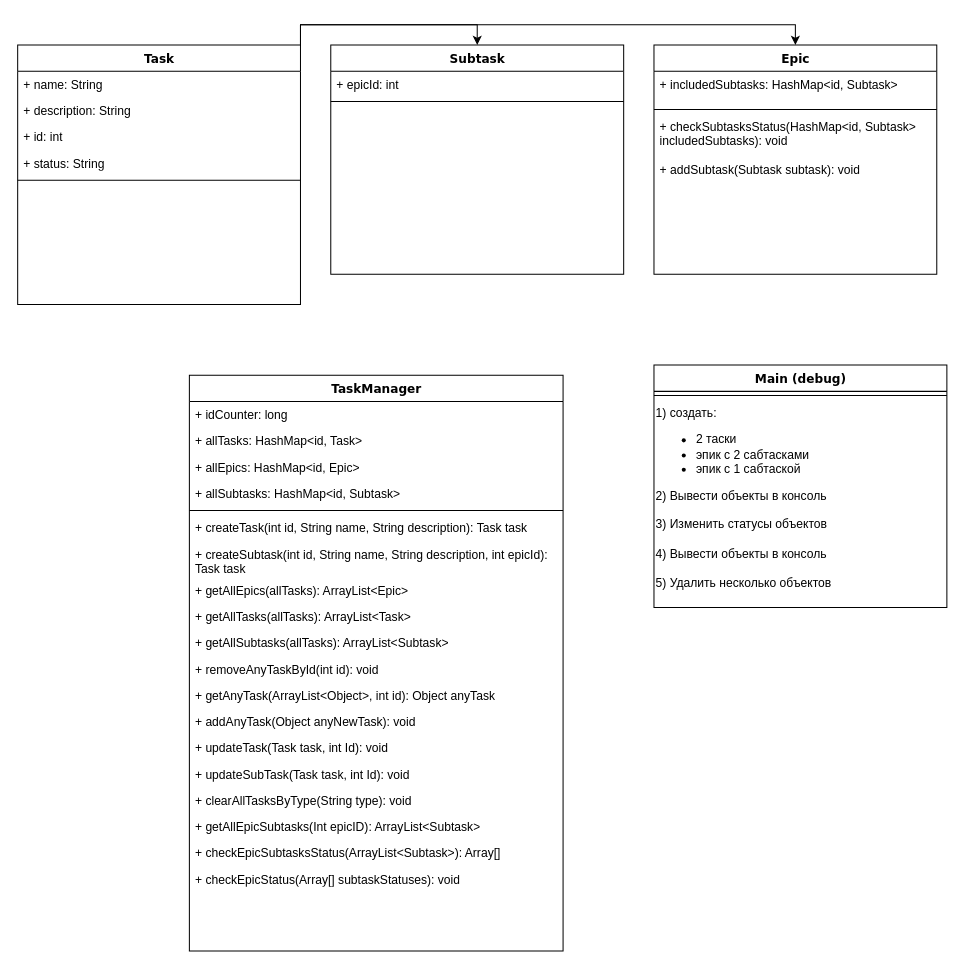
Before: Kanban_project.drawio in c0m14/java-kanban, a draw.io diagram. Source tidied: cells renumbered, new cells numbered last; positions are measured from the earlier drawing's top-left corner, leaving out a move shared by most shapes. Both pictures are drawn from the tidied source at 101%, with x=0, y=0 at pixel (17, 44).
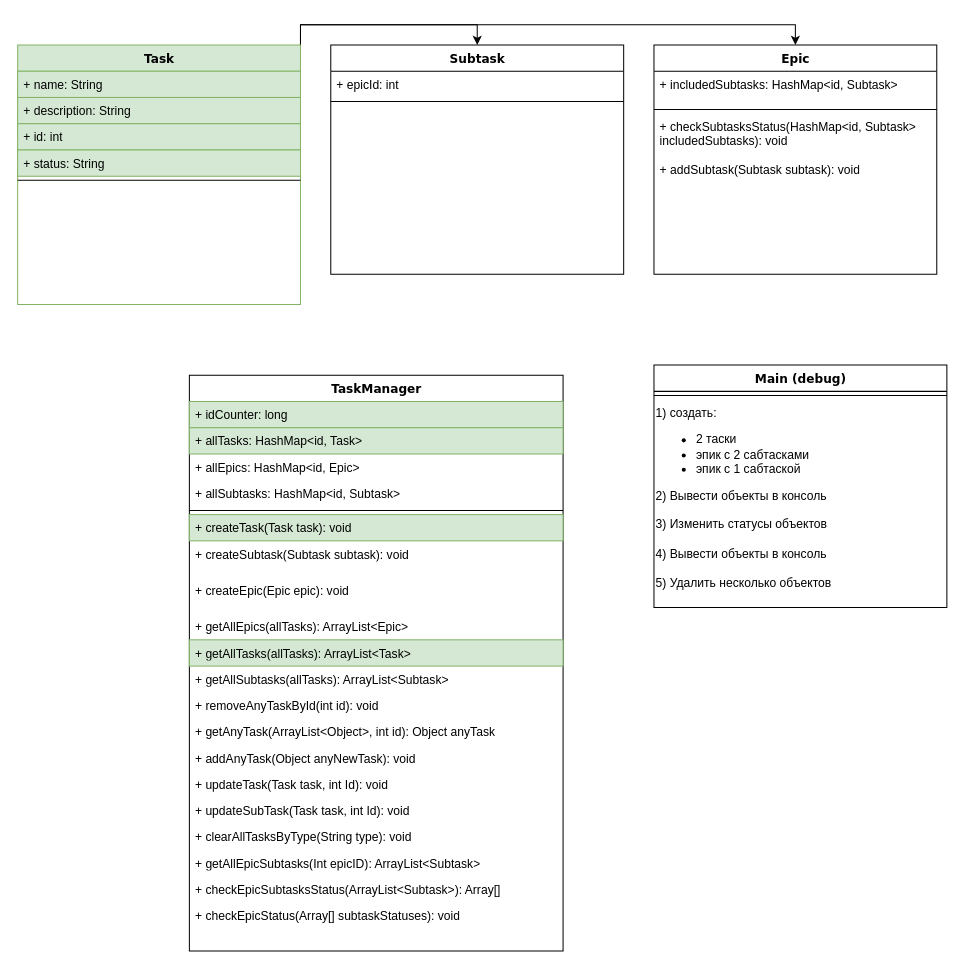
Above is the later version.

Commit message (it also covers changes not shown here):
feat: Реализовать метод для создания объектов Task

Unchanged cells that the change refers to:
```xml
<mxCell id="18" value="TaskManager" style="swimlane;html=1;fontStyle=1;align=center;verticalAlign=top;horizontal=1;startSize=26;swimlaneFillColor=#ffffff;rounded=0;shadow=0;comic=0;labelBackgroundColor=none;strokeWidth=1;fillColor=none;fontFamily=Verdana;fontSize=12;" parent="1" vertex="1">
  <mxGeometry x="170" y="327" width="370" height="570" as="geometry" />
</mxCell>
```

What changed in the source:
```diff
@@
-    <mxCell id="4" value="Task" style="swimlane;html=1;fontStyle=1;align=center;verticalAlign=top;horizontal=1;startSize=26;swimlaneFillColor=#ffffff;rounded=0;shadow=0;comic=0;labelBackgroundColor=none;strokeWidth=1;fillColor=none;fontFamily=Verdana;fontSize=12;" parent="1" vertex="1">
+    <mxCell id="4" value="Task" style="swimlane;html=1;fontStyle=1;align=center;verticalAlign=top;horizontal=1;startSize=26;swimlaneFillColor=#ffffff;rounded=0;shadow=0;comic=0;labelBackgroundColor=none;strokeWidth=1;fillColor=#d5e8d4;fontFamily=Verdana;fontSize=12;strokeColor=#82b366;" parent="1" vertex="1">
       <mxGeometry width="280" height="257" as="geometry" />
     </mxCell>
-    <mxCell id="5" value="+ name: String" style="text;html=1;strokeColor=none;fillColor=none;align=left;verticalAlign=top;spacingLeft=4;spacingRight=4;whiteSpace=wrap;overflow=hidden;" parent="4" vertex="1">
+    <mxCell id="5" value="+ name: String" style="text;html=1;strokeColor=#82b366;fillColor=#d5e8d4;align=left;verticalAlign=top;spacingLeft=4;spacingRight=4;whiteSpace=wrap;overflow=hidden;" parent="4" vertex="1">
       <mxGeometry y="26" width="280" height="26" as="geometry" />
     </mxCell>
-    <mxCell id="6" value="+ description: String" style="text;html=1;strokeColor=none;fillColor=none;align=left;verticalAlign=top;spacingLeft=4;spacingRight=4;whiteSpace=wrap;overflow=hidden;" parent="4" vertex="1">
+    <mxCell id="6" value="+ description: String" style="text;html=1;strokeColor=#82b366;fillColor=#d5e8d4;align=left;verticalAlign=top;spacingLeft=4;spacingRight=4;whiteSpace=wrap;overflow=hidden;" parent="4" vertex="1">
       <mxGeometry y="52" width="280" height="26" as="geometry" />
     </mxCell>
-    <mxCell id="7" value="+ id: int" style="text;html=1;strokeColor=none;fillColor=none;align=left;verticalAlign=top;spacingLeft=4;spacingRight=4;whiteSpace=wrap;overflow=hidden;" parent="4" vertex="1">
+    <mxCell id="7" value="+ id: int" style="text;html=1;strokeColor=#82b366;fillColor=#d5e8d4;align=left;verticalAlign=top;spacingLeft=4;spacingRight=4;whiteSpace=wrap;overflow=hidden;" parent="4" vertex="1">
       <mxGeometry y="78" width="280" height="26" as="geometry" />
     </mxCell>
-    <mxCell id="8" value="+ status: String" style="text;html=1;strokeColor=none;fillColor=none;align=left;verticalAlign=top;spacingLeft=4;spacingRight=4;whiteSpace=wrap;overflow=hidden;" parent="4" vertex="1">
+    <mxCell id="8" value="+ status: String" style="text;html=1;strokeColor=#82b366;fillColor=#d5e8d4;align=left;verticalAlign=top;spacingLeft=4;spacingRight=4;whiteSpace=wrap;overflow=hidden;" parent="4" vertex="1">
       <mxGeometry y="104" width="280" height="26" as="geometry" />
     </mxCell>
@@
-    <mxCell id="19" value="+ idCounter: long" style="text;html=1;strokeColor=none;fillColor=none;align=left;verticalAlign=top;spacingLeft=4;spacingRight=4;whiteSpace=wrap;overflow=hidden;" parent="18" vertex="1">
+    <mxCell id="19" value="+ idCounter: long" style="text;html=1;strokeColor=#82b366;fillColor=#d5e8d4;align=left;verticalAlign=top;spacingLeft=4;spacingRight=4;whiteSpace=wrap;overflow=hidden;" parent="18" vertex="1">
       <mxGeometry y="26" width="370" height="26" as="geometry" />
     </mxCell>
-    <mxCell id="20" value="+ allTasks: HashMap&amp;lt;id, Task&amp;gt;" style="text;html=1;strokeColor=none;fillColor=none;align=left;verticalAlign=top;spacingLeft=4;spacingRight=4;whiteSpace=wrap;overflow=hidden;" parent="18" vertex="1">
+    <mxCell id="20" value="+ allTasks: HashMap&amp;lt;id, Task&amp;gt;" style="text;html=1;strokeColor=#82b366;fillColor=#d5e8d4;align=left;verticalAlign=top;spacingLeft=4;spacingRight=4;whiteSpace=wrap;overflow=hidden;" parent="18" vertex="1">
       <mxGeometry y="52" width="370" height="26" as="geometry" />
     </mxCell>
@@
-    <mxCell id="24" value="+ createTask(int id, String name, String description): Task task" style="text;html=1;strokeColor=none;fillColor=none;align=left;verticalAlign=top;spacingLeft=4;spacingRight=4;whiteSpace=wrap;overflow=hidden;" parent="18" vertex="1">
+    <mxCell id="24" value="+ createTask(Task task): void" style="text;html=1;align=left;verticalAlign=top;spacingLeft=4;spacingRight=4;whiteSpace=wrap;overflow=hidden;fillColor=#d5e8d4;strokeColor=#82b366;" parent="18" vertex="1">
       <mxGeometry y="138" width="370" height="26" as="geometry" />
     </mxCell>
-    <mxCell id="25" value="+ createSubtask(int id, String name, String description, int epicId): Task task" style="text;html=1;strokeColor=none;fillColor=none;align=left;verticalAlign=top;spacingLeft=4;spacingRight=4;whiteSpace=wrap;overflow=hidden;" parent="18" vertex="1">
+    <mxCell id="25" value="+ createSubtask(Subtask subtask): void" style="text;html=1;strokeColor=none;fillColor=none;align=left;verticalAlign=top;spacingLeft=4;spacingRight=4;whiteSpace=wrap;overflow=hidden;" parent="18" vertex="1">
       <mxGeometry y="164" width="370" height="36" as="geometry" />
     </mxCell>
+    <mxCell id="41" value="+ createEpic(Epic epic): void" style="text;html=1;strokeColor=none;fillColor=none;align=left;verticalAlign=top;spacingLeft=4;spacingRight=4;whiteSpace=wrap;overflow=hidden;" parent="18" vertex="1">
+      <mxGeometry y="200" width="370" height="36" as="geometry" />
+    </mxCell>
     <mxCell id="26" value="+ getAllEpics(allTasks): ArrayList&amp;lt;Epic&amp;gt;" style="text;html=1;strokeColor=none;fillColor=none;align=left;verticalAlign=top;spacingLeft=4;spacingRight=4;whiteSpace=wrap;overflow=hidden;" parent="18" vertex="1">
-      <mxGeometry y="200" width="370" height="26" as="geometry" />
+      <mxGeometry y="236" width="370" height="26" as="geometry" />
     </mxCell>
-    <mxCell id="27" value="+ getAllTasks(allTasks): ArrayList&amp;lt;Task&amp;gt;" style="text;html=1;strokeColor=none;fillColor=none;align=left;verticalAlign=top;spacingLeft=4;spacingRight=4;whiteSpace=wrap;overflow=hidden;" parent="18" vertex="1">
-      <mxGeometry y="226" width="370" height="26" as="geometry" />
+    <mxCell id="27" value="+ getAllTasks(allTasks): ArrayList&amp;lt;Task&amp;gt;" style="text;html=1;strokeColor=#82b366;fillColor=#d5e8d4;align=left;verticalAlign=top;spacingLeft=4;spacingRight=4;whiteSpace=wrap;overflow=hidden;" parent="18" vertex="1">
+      <mxGeometry y="262" width="370" height="26" as="geometry" />
     </mxCell>
     <mxCell id="28" value="+ getAllSubtasks(allTasks): ArrayList&amp;lt;Subtask&amp;gt;" style="text;html=1;strokeColor=none;fillColor=none;align=left;verticalAlign=top;spacingLeft=4;spacingRight=4;whiteSpace=wrap;overflow=hidden;" parent="18" vertex="1">
-      <mxGeometry y="252" width="370" height="26" as="geometry" />
+      <mxGeometry y="288" width="370" height="26" as="geometry" />
     </mxCell>
     <mxCell id="29" value="+ removeAnyTaskById(int id): void" style="text;html=1;strokeColor=none;fillColor=none;align=left;verticalAlign=top;spacingLeft=4;spacingRight=4;whiteSpace=wrap;overflow=hidden;" parent="18" vertex="1">
-      <mxGeometry y="278" width="370" height="26" as="geometry" />
+      <mxGeometry y="314" width="370" height="26" as="geometry" />
     </mxCell>
     <mxCell id="30" value="+ getAnyTask(ArrayList&amp;lt;Object&amp;gt;, int id): Object anyTask" style="text;html=1;strokeColor=none;fillColor=none;align=left;verticalAlign=top;spacingLeft=4;spacingRight=4;whiteSpace=wrap;overflow=hidden;" parent="18" vertex="1">
-      <mxGeometry y="304" width="370" height="26" as="geometry" />
+      <mxGeometry y="340" width="370" height="26" as="geometry" />
     </mxCell>
     <mxCell id="31" value="+ addAnyTask(Object anyNewTask): void" style="text;html=1;strokeColor=none;fillColor=none;align=left;verticalAlign=top;spacingLeft=4;spacingRight=4;whiteSpace=wrap;overflow=hidden;" parent="18" vertex="1">
-      <mxGeometry y="330" width="370" height="26" as="geometry" />
+      <mxGeometry y="366" width="370" height="26" as="geometry" />
     </mxCell>
     <mxCell id="32" value="+ updateTask(Task task, int Id): void" style="text;html=1;strokeColor=none;fillColor=none;align=left;verticalAlign=top;spacingLeft=4;spacingRight=4;whiteSpace=wrap;overflow=hidden;" parent="18" vertex="1">
-      <mxGeometry y="356" width="370" height="26" as="geometry" />
+      <mxGeometry y="392" width="370" height="26" as="geometry" />
     </mxCell>
     <mxCell id="33" value="+ updateSubTask(Task task, int Id): void" style="text;html=1;strokeColor=none;fillColor=none;align=left;verticalAlign=top;spacingLeft=4;spacingRight=4;whiteSpace=wrap;overflow=hidden;" parent="18" vertex="1">
-      <mxGeometry y="382" width="370" height="26" as="geometry" />
+      <mxGeometry y="418" width="370" height="26" as="geometry" />
     </mxCell>
     <mxCell id="34" value="+ clearAllTasksByType(String type): void" style="text;html=1;strokeColor=none;fillColor=none;align=left;verticalAlign=top;spacingLeft=4;spacingRight=4;whiteSpace=wrap;overflow=hidden;" parent="18" vertex="1">
-      <mxGeometry y="408" width="370" height="26" as="geometry" />
+      <mxGeometry y="444" width="370" height="26" as="geometry" />
     </mxCell>
     <mxCell id="35" value="+ getAllEpicSubtasks(Int epicID): ArrayList&amp;lt;Subtask&amp;gt;" style="text;html=1;strokeColor=none;fillColor=none;align=left;verticalAlign=top;spacingLeft=4;spacingRight=4;whiteSpace=wrap;overflow=hidden;" parent="18" vertex="1">
-      <mxGeometry y="434" width="370" height="26" as="geometry" />
+      <mxGeometry y="470" width="370" height="26" as="geometry" />
     </mxCell>
     <mxCell id="36" value="+ checkEpicSubtasksStatus(ArrayList&amp;lt;Subtask&amp;gt;): Array[]" style="text;html=1;strokeColor=none;fillColor=none;align=left;verticalAlign=top;spacingLeft=4;spacingRight=4;whiteSpace=wrap;overflow=hidden;" parent="18" vertex="1">
-      <mxGeometry y="460" width="370" height="26" as="geometry" />
+      <mxGeometry y="496" width="370" height="26" as="geometry" />
     </mxCell>
     <mxCell id="37" value="+ checkEpicStatus(Array[] subtaskStatuses): void" style="text;html=1;align=left;verticalAlign=top;spacingLeft=4;spacingRight=4;whiteSpace=wrap;overflow=hidden;" parent="18" vertex="1">
-      <mxGeometry y="486" width="370" height="26" as="geometry" />
+      <mxGeometry y="522" width="370" height="26" as="geometry" />
     </mxCell>
```
